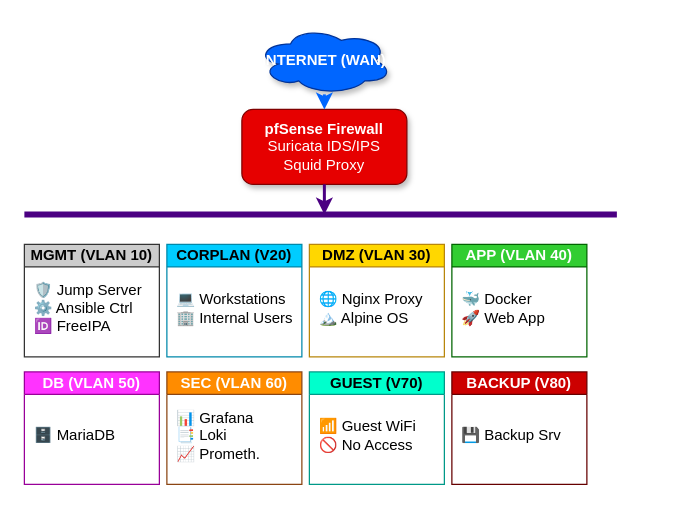
Before: Diagrams/Network_Topology.drawio in enveronderuslu/Zero_Trust_Data_Center, a draw.io diagram. Source tidied: cells renumbered, new cells numbered last; positions are measured from the earlier drawing's top-left corner, leaving out a move shared by most shapes. Both pictures are drawn from the tidied source at 125%, with x=0, y=0 at pixel (24, 26).
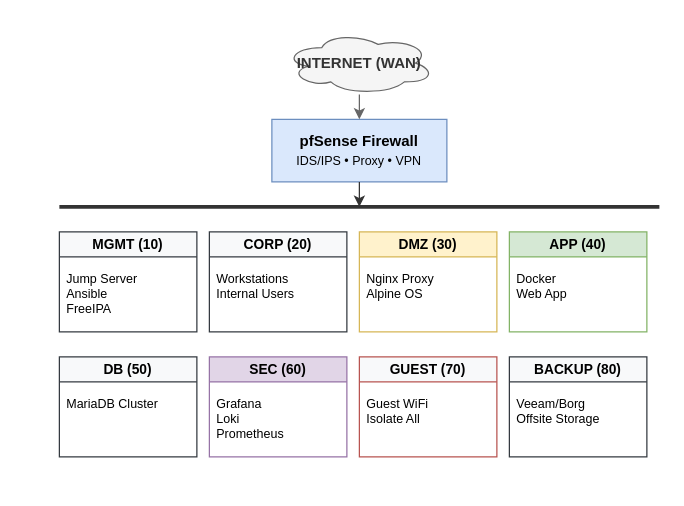
The same diagram, later.

Diff of the diagram source:
```diff
@@
+    <mxCell id="3" value="&lt;b&gt;INTERNET (WAN)&lt;/b&gt;" style="ellipse;shape=cloud;whiteSpace=wrap;html=1;fillColor=#f5f5f5;strokeColor=#666666;fontColor=#333333;" parent="1" vertex="1">
+      <mxGeometry x="208" y="4" width="120" height="50" as="geometry" />
+    </mxCell>
-    <mxCell id="2" value="&lt;b&gt;pfSense Firewall&lt;/b&gt;&lt;br&gt;Suricata IDS/IPS&lt;br&gt;Squid Proxy" style="rounded=1;whiteSpace=wrap;html=1;fillColor=#E60000;strokeColor=#800000;fontColor=#FFFFFF;align=center;verticalAlign=middle;shadow=1;fontFamily=Liberation Sans;fontSize=12;" parent="1" vertex="1">
-      <mxGeometry x="174" y="66" width="132" height="60" as="geometry" />
+    <mxCell id="2" value="&lt;b&gt;pfSense Firewall&lt;/b&gt;&lt;br&gt;&lt;font style=&quot;font-size: 10px&quot;&gt;IDS/IPS • Proxy • VPN&lt;/font&gt;" style="rounded=0;whiteSpace=wrap;html=1;fillColor=#dae8fc;strokeColor=#6c8ebf;fontColor=#000000;align=center;" parent="1" vertex="1">
+      <mxGeometry x="198" y="74" width="140" height="50" as="geometry" />
     </mxCell>
-    <mxCell id="3" value="&lt;b&gt;INTERNET (WAN)&lt;/b&gt;" style="ellipse;shape=cloud;whiteSpace=wrap;html=1;fillColor=#0066FF;strokeColor=#003399;fontColor=#FFFFFF;shadow=1;fontFamily=Liberation Sans;fontSize=12;" parent="1" vertex="1">
-      <mxGeometry x="186" width="108" height="54" as="geometry" />
-    </mxCell>
+    <mxCell id="5" style="endArrow=none;html=1;strokeWidth=3;strokeColor=#333333;" parent="1" edge="1">
+      <mxGeometry relative="1" as="geometry">
+        <mxPoint x="28" y="144" as="sourcePoint" />
+        <mxPoint x="508" y="144" as="targetPoint" />
+      </mxGeometry>
+    </mxCell>
-    <mxCell id="4" style="strokeWidth=2.4;strokeColor=#0066FF;" parent="1" edge="1" source="3" target="2">
+    <mxCell id="4" style="strokeColor=#666666;noEdgeStyle=1;" parent="1" edge="1" source="3" target="2">
       <mxGeometry relative="1" as="geometry" />
     </mxCell>
-    <mxCell id="5" style="endArrow=none;html=1;strokeWidth=4.8;strokeColor=#4B0082;" parent="1" edge="1">
-      <mxGeometry relative="1" as="geometry">
-        <mxPoint y="150" as="sourcePoint" />
-        <mxPoint x="474" y="150" as="targetPoint" />
-      </mxGeometry>
-    </mxCell>
-    <mxCell id="6" style="strokeWidth=2.4;strokeColor=#4B0082;" parent="1" edge="1" source="2">
+    <mxCell id="6" style="strokeColor=#333333;noEdgeStyle=1;" parent="1" edge="1" source="2">
       <mxGeometry relative="1" as="geometry">
-        <mxPoint x="240" y="150" as="targetPoint" />
+        <mxPoint x="268" y="144" as="targetPoint" />
       </mxGeometry>
     </mxCell>
-    <mxCell id="7" value="&lt;b&gt;MGMT (VLAN 10)&lt;/b&gt;" style="swimlane;whiteSpace=wrap;html=1;fillColor=#CCCCCC;strokeColor=#333333;startSize=18;fontFamily=Liberation Sans;fontSize=12;" parent="1" vertex="1">
-      <mxGeometry y="174" width="108" height="90" as="geometry" />
+    <mxCell id="7" value="&lt;b&gt;MGMT (10)&lt;/b&gt;" style="swimlane;whiteSpace=wrap;html=1;fillColor=#f8f9fa;strokeColor=#343a40;startSize=20;fontSize=11;" parent="1" vertex="1">
+      <mxGeometry x="28" y="164" width="110" height="80" as="geometry" />
     </mxCell>
-    <mxCell id="8" value="🛡️ Jump Server&lt;br&gt;⚙️ Ansible Ctrl&lt;br&gt;🆔 FreeIPA" style="text;html=1;align=left;verticalAlign=middle;strokeColor=none;fillColor=none;fontFamily=Liberation Sans;fontSize=12;" parent="7" vertex="1">
-      <mxGeometry x="6" y="27" width="84" height="48" as="geometry" />
+    <mxCell id="8" value="Jump Server&#10;Ansible&#10;FreeIPA" style="text;html=1;align=left;fontSize=10;spacingLeft=4;" parent="7" vertex="1">
+      <mxGeometry y="25" width="110" height="55" as="geometry" />
     </mxCell>
-    <mxCell id="9" value="&lt;b&gt;CORPLAN (V20)&lt;/b&gt;" style="swimlane;whiteSpace=wrap;html=1;fillColor=#00CCFF;strokeColor=#0088AA;startSize=18;fontFamily=Liberation Sans;fontSize=12;" parent="1" vertex="1">
-      <mxGeometry x="114" y="174" width="108" height="90" as="geometry" />
+    <mxCell id="9" value="&lt;b&gt;CORP (20)&lt;/b&gt;" style="swimlane;whiteSpace=wrap;html=1;fillColor=#f8f9fa;strokeColor=#343a40;startSize=20;fontSize=11;" parent="1" vertex="1">
+      <mxGeometry x="148" y="164" width="110" height="80" as="geometry" />
     </mxCell>
-    <mxCell id="10" value="💻 Workstations&lt;br&gt;🏢 Internal Users" style="text;html=1;align=left;verticalAlign=middle;strokeColor=none;fillColor=none;fontFamily=Liberation Sans;fontSize=12;" parent="9" vertex="1">
-      <mxGeometry x="6" y="36" width="78" height="30" as="geometry" />
+    <mxCell id="10" value="Workstations&#10;Internal Users" style="text;html=1;align=left;fontSize=10;spacingLeft=4;" parent="9" vertex="1">
+      <mxGeometry y="25" width="110" height="55" as="geometry" />
     </mxCell>
-    <mxCell id="11" value="&lt;b&gt;DMZ (VLAN 30)&lt;/b&gt;" style="swimlane;whiteSpace=wrap;html=1;fillColor=#FFD700;strokeColor=#B8860B;startSize=18;fontFamily=Liberation Sans;fontSize=12;" parent="1" vertex="1">
-      <mxGeometry x="228" y="174" width="108" height="90" as="geometry" />
+    <mxCell id="11" value="&lt;b&gt;DMZ (30)&lt;/b&gt;" style="swimlane;whiteSpace=wrap;html=1;fillColor=#fff2cc;strokeColor=#d6b656;startSize=20;fontSize=11;" parent="1" vertex="1">
+      <mxGeometry x="268" y="164" width="110" height="80" as="geometry" />
     </mxCell>
-    <mxCell id="12" value="🌐 Nginx Proxy&lt;br&gt;🏔️ Alpine OS" style="text;html=1;align=left;verticalAlign=middle;strokeColor=none;fillColor=none;fontFamily=Liberation Sans;fontSize=12;" parent="11" vertex="1">
-      <mxGeometry x="6" y="36" width="78" height="30" as="geometry" />
+    <mxCell id="12" value="Nginx Proxy&#10;Alpine OS" style="text;html=1;align=left;fontSize=10;spacingLeft=4;" parent="11" vertex="1">
+      <mxGeometry y="25" width="110" height="55" as="geometry" />
     </mxCell>
-    <mxCell id="13" value="&lt;b&gt;APP (VLAN 40)&lt;/b&gt;" style="swimlane;whiteSpace=wrap;html=1;fillColor=#32CD32;strokeColor=#006400;fontColor=#FFFFFF;startSize=18;fontFamily=Liberation Sans;fontSize=12;" parent="1" vertex="1">
-      <mxGeometry x="342" y="174" width="108" height="90" as="geometry" />
+    <mxCell id="13" value="&lt;b&gt;APP (40)&lt;/b&gt;" style="swimlane;whiteSpace=wrap;html=1;fillColor=#d5e8d4;strokeColor=#82b366;startSize=20;fontSize=11;" parent="1" vertex="1">
+      <mxGeometry x="388" y="164" width="110" height="80" as="geometry" />
     </mxCell>
-    <mxCell id="14" value="🐳 Docker&lt;br&gt;🚀 Web App" style="text;html=1;align=left;verticalAlign=middle;strokeColor=none;fillColor=none;fontFamily=Liberation Sans;fontSize=12;" parent="13" vertex="1">
-      <mxGeometry x="6" y="36" width="90" height="30" as="geometry" />
+    <mxCell id="14" value="Docker&#10;Web App" style="text;html=1;align=left;fontSize=10;spacingLeft=4;" parent="13" vertex="1">
+      <mxGeometry y="25" width="110" height="55" as="geometry" />
     </mxCell>
-    <mxCell id="15" value="&lt;b&gt;DB (VLAN 50)&lt;/b&gt;" style="swimlane;whiteSpace=wrap;html=1;fillColor=#FF33FF;strokeColor=#990099;fontColor=#FFFFFF;startSize=18;fontFamily=Liberation Sans;fontSize=12;" parent="1" vertex="1">
-      <mxGeometry y="276" width="108" height="90" as="geometry" />
+    <mxCell id="15" value="&lt;b&gt;DB (50)&lt;/b&gt;" style="swimlane;whiteSpace=wrap;html=1;fillColor=#f8f9fa;strokeColor=#343a40;startSize=20;fontSize=11;" parent="1" vertex="1">
+      <mxGeometry x="28" y="264" width="110" height="80" as="geometry" />
     </mxCell>
-    <mxCell id="16" value="🗄️ MariaDB" style="text;html=1;align=left;verticalAlign=middle;strokeColor=none;fillColor=none;fontFamily=Liberation Sans;fontSize=12;" parent="15" vertex="1">
-      <mxGeometry x="6" y="42" width="54" height="18" as="geometry" />
+    <mxCell id="16" value="MariaDB Cluster" style="text;html=1;align=left;fontSize=10;spacingLeft=4;" parent="15" vertex="1">
+      <mxGeometry y="25" width="110" height="55" as="geometry" />
     </mxCell>
-    <mxCell id="17" value="&lt;b&gt;SEC (VLAN 60)&lt;/b&gt;" style="swimlane;whiteSpace=wrap;html=1;fillColor=#FF8C00;strokeColor=#8B4513;fontColor=#FFFFFF;startSize=18;fontFamily=Liberation Sans;fontSize=12;" parent="1" vertex="1">
-      <mxGeometry x="114" y="276" width="108" height="90" as="geometry" />
+    <mxCell id="17" value="&lt;b&gt;SEC (60)&lt;/b&gt;" style="swimlane;whiteSpace=wrap;html=1;fillColor=#e1d5e7;strokeColor=#9673a6;startSize=20;fontSize=11;" parent="1" vertex="1">
+      <mxGeometry x="148" y="264" width="110" height="80" as="geometry" />
     </mxCell>
-    <mxCell id="18" value="📊 Grafana&lt;br&gt;📑 Loki&lt;br&gt;📈 Prometh." style="text;html=1;align=left;verticalAlign=middle;strokeColor=none;fillColor=none;fontFamily=Liberation Sans;fontSize=12;" parent="17" vertex="1">
-      <mxGeometry x="6" y="30" width="84" height="42" as="geometry" />
+    <mxCell id="18" value="Grafana&#10;Loki&#10;Prometheus" style="text;html=1;align=left;fontSize=10;spacingLeft=4;" parent="17" vertex="1">
+      <mxGeometry y="25" width="110" height="55" as="geometry" />
     </mxCell>
-    <mxCell id="19" value="&lt;b&gt;GUEST (V70)&lt;/b&gt;" style="swimlane;whiteSpace=wrap;html=1;fillColor=#00FFCC;strokeColor=#009988;startSize=18;fontFamily=Liberation Sans;fontSize=12;" parent="1" vertex="1">
-      <mxGeometry x="228" y="276" width="108" height="90" as="geometry" />
+    <mxCell id="19" value="&lt;b&gt;GUEST (70)&lt;/b&gt;" style="swimlane;whiteSpace=wrap;html=1;fillColor=#f8f9fa;strokeColor=#b85450;startSize=20;fontSize=11;" parent="1" vertex="1">
+      <mxGeometry x="268" y="264" width="110" height="80" as="geometry" />
     </mxCell>
-    <mxCell id="20" value="📶 Guest WiFi&lt;br&gt;🚫 No Access" style="text;html=1;align=left;verticalAlign=middle;strokeColor=none;fillColor=none;fontFamily=Liberation Sans;fontSize=12;" parent="19" vertex="1">
-      <mxGeometry x="6" y="36" width="78" height="30" as="geometry" />
+    <mxCell id="20" value="Guest WiFi&#10;Isolate All" style="text;html=1;align=left;fontSize=10;spacingLeft=4;" parent="19" vertex="1">
+      <mxGeometry y="25" width="110" height="55" as="geometry" />
     </mxCell>
-    <mxCell id="21" value="&lt;b&gt;BACKUP (V80)&lt;/b&gt;" style="swimlane;whiteSpace=wrap;html=1;fillColor=#CC0000;strokeColor=#660000;fontColor=#FFFFFF;startSize=18;fontFamily=Liberation Sans;fontSize=12;" parent="1" vertex="1">
-      <mxGeometry x="342" y="276" width="108" height="90" as="geometry" />
+    <mxCell id="21" value="&lt;b&gt;BACKUP (80)&lt;/b&gt;" style="swimlane;whiteSpace=wrap;html=1;fillColor=#f8f9fa;strokeColor=#343a40;startSize=20;fontSize=11;" parent="1" vertex="1">
+      <mxGeometry x="388" y="264" width="110" height="80" as="geometry" />
     </mxCell>
-    <mxCell id="22" value="💾 Backup Srv" style="text;html=1;align=left;verticalAlign=middle;strokeColor=none;fillColor=none;fontFamily=Liberation Sans;fontSize=12;" parent="21" vertex="1">
-      <mxGeometry x="6" y="42" width="78" height="18" as="geometry" />
+    <mxCell id="22" value="Veeam/Borg&#10;Offsite Storage" style="text;html=1;align=left;fontSize=10;spacingLeft=4;" parent="21" vertex="1">
+      <mxGeometry y="25" width="110" height="55" as="geometry" />
     </mxCell>
```
